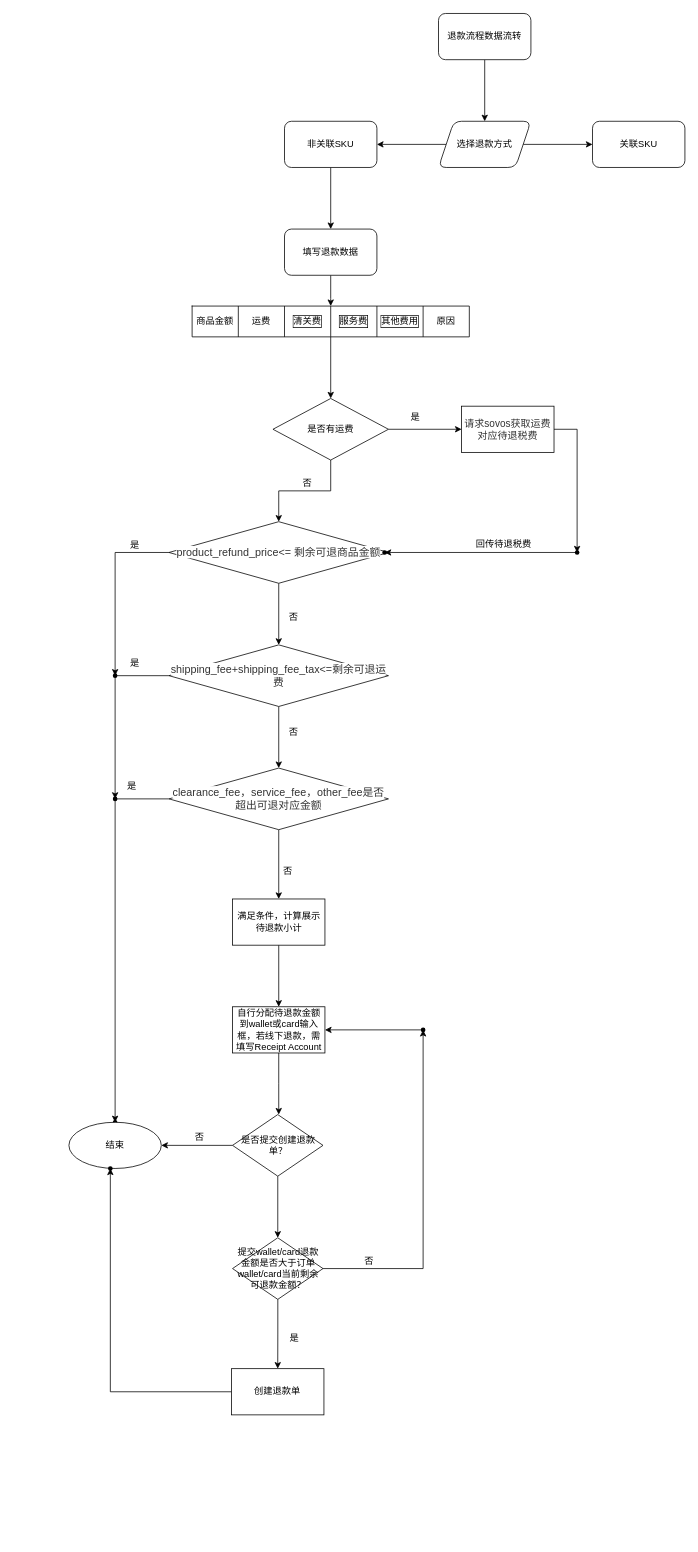
The draw.io diagram page "第 2 页" (2 of 2) of Untitled Diagram.drawio in longphp1/laravel-ab, before the edit. Source tidied: cells renumbered, new cells numbered last; positions are measured from the earlier drawing's top-left corner, leaving out a move shared by most shapes. Both pictures are drawn from the tidied source at 77%, with x=0, y=0 at pixel (69, 13).
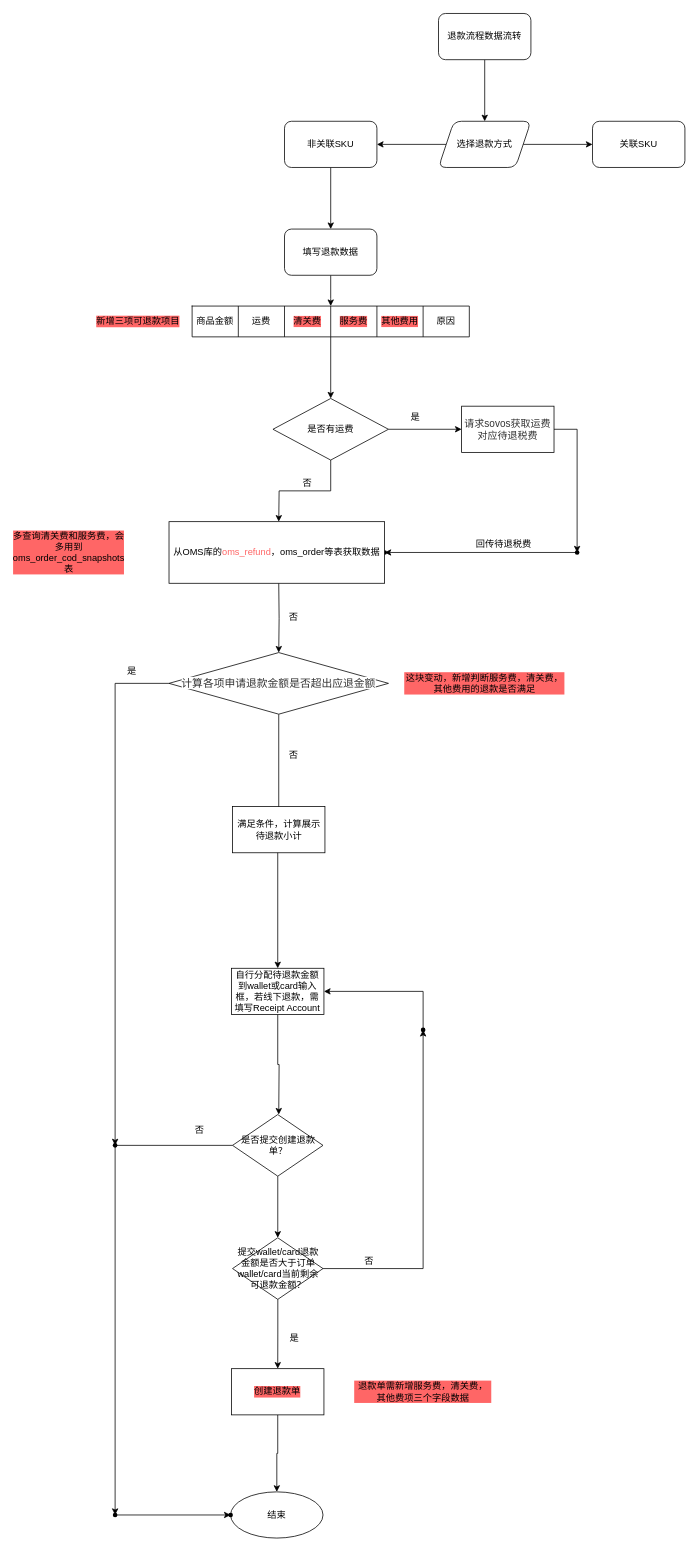
After the change.

Unchanged cells that the change refers to:
```xml
<mxCell id="14" style="shape=partialRectangle;html=1;whiteSpace=wrap;fillColor=none;top=0;left=0;bottom=0;right=0;points=[[0,0.5],[1,0.5]];portConstraint=eastwest;" parent="13" vertex="1">
  <mxGeometry width="360" height="40" as="geometry" />
</mxCell>
<mxCell id="23" value="是否有运费" style="rhombus;whiteSpace=wrap;html=1;" parent="1" vertex="1">
  <mxGeometry x="265" y="500" width="150" height="80" as="geometry" />
</mxCell>
<mxCell id="56" value="&lt;span&gt;是否提交创建退款单？&lt;/span&gt;" style="rhombus;whiteSpace=wrap;html=1;" parent="1" vertex="1">
  <mxGeometry x="212.5" y="1430" width="117.5" height="80" as="geometry" />
</mxCell>
<mxCell id="63" style="shape=waypoint;size=6;points=[];fillColor=#ffffff;perimeter=centerPerimeter;snapToPoint=1;" parent="1" vertex="1">
  <mxGeometry x="440" y="1300" width="40" height="40" as="geometry" />
</mxCell>
```

What changed in the source:
```diff
@@
-    <mxCell id="17" value="清关费" style="shape=partialRectangle;html=1;whiteSpace=wrap;fillColor=none;top=0;left=0;bottom=0;right=0;overflow=hidden;labelBorderColor=#000000;" parent="14" vertex="1">
+    <mxCell id="17" value="清关费" style="shape=partialRectangle;html=1;whiteSpace=wrap;fillColor=none;top=0;left=0;bottom=0;right=0;overflow=hidden;labelBorderColor=none;labelBackgroundColor=#FF6666;" parent="14" vertex="1">
       <mxGeometry x="120" width="60" height="40" as="geometry" />
     </mxCell>
-    <mxCell id="18" value="服务费" style="shape=partialRectangle;html=1;whiteSpace=wrap;fillColor=none;top=0;left=0;bottom=0;right=0;overflow=hidden;labelBorderColor=#000000;" parent="14" vertex="1">
+    <mxCell id="18" value="服务费" style="shape=partialRectangle;html=1;whiteSpace=wrap;fillColor=none;top=0;left=0;bottom=0;right=0;overflow=hidden;labelBorderColor=none;labelBackgroundColor=#FF6666;" parent="14" vertex="1">
       <mxGeometry x="180" width="60" height="40" as="geometry" />
     </mxCell>
-    <mxCell id="19" value="其他费用" style="shape=partialRectangle;html=1;whiteSpace=wrap;fillColor=none;top=0;left=0;bottom=0;right=0;overflow=hidden;labelBorderColor=#000000;" parent="14" vertex="1">
+    <mxCell id="19" value="其他费用" style="shape=partialRectangle;html=1;whiteSpace=wrap;fillColor=none;top=0;left=0;bottom=0;right=0;overflow=hidden;labelBorderColor=none;labelBackgroundColor=#FF6666;" parent="14" vertex="1">
       <mxGeometry x="240" width="60" height="40" as="geometry" />
     </mxCell>
@@
-    <mxCell id="22" style="edgeStyle=orthogonalEdgeStyle;rounded=0;jettySize=auto;html=1;" parent="1" edge="1" source="23" target="28">
-      <mxGeometry relative="1" as="geometry" />
+    <mxCell id="22" style="edgeStyle=orthogonalEdgeStyle;rounded=0;jettySize=auto;html=1;" parent="1" edge="1" source="23">
+      <mxGeometry relative="1" as="geometry">
+        <mxPoint x="272.5" y="660" as="targetPoint" />
+      </mxGeometry>
     </mxCell>
@@
-    <mxCell id="26" style="edgeStyle=orthogonalEdgeStyle;rounded=0;jettySize=auto;html=1;" parent="1" edge="1" source="28" target="37">
-      <mxGeometry relative="1" as="geometry" />
+    <mxCell id="26" style="edgeStyle=orthogonalEdgeStyle;rounded=0;jettySize=auto;html=1;" parent="1" edge="1" target="37">
+      <mxGeometry relative="1" as="geometry">
+        <mxPoint x="272.5" y="740" as="sourcePoint" />
+      </mxGeometry>
     </mxCell>
-    <mxCell id="27" style="edgeStyle=orthogonalEdgeStyle;rounded=0;jettySize=auto;html=1;" parent="1" edge="1" source="28" target="43">
-      <mxGeometry relative="1" as="geometry" />
-    </mxCell>
-    <mxCell id="28" value="&lt;span style=&quot;color: rgb(51 , 51 , 51) ; font-family: &amp;#34;arial&amp;#34; , sans-serif ; font-size: 14px ; background-color: rgb(255 , 255 , 255)&quot;&gt;product_refund_price&amp;lt;= 剩余可退商品金额&lt;/span&gt;" style="rhombus;whiteSpace=wrap;html=1;" parent="1" vertex="1">
-      <mxGeometry x="130" y="660" width="285" height="80" as="geometry" />
-    </mxCell>
@@
-    <mxCell id="35" style="edgeStyle=orthogonalEdgeStyle;rounded=0;jettySize=auto;html=1;" parent="1" edge="1" source="37" target="40">
-      <mxGeometry relative="1" as="geometry" />
-    </mxCell>
-    <mxCell id="36" style="edgeStyle=orthogonalEdgeStyle;rounded=0;jettySize=auto;html=1;" parent="1" edge="1" source="37" target="44">
-      <mxGeometry relative="1" as="geometry" />
-    </mxCell>
+    <mxCell id="69" style="edgeStyle=orthogonalEdgeStyle;rounded=0;jettySize=auto;html=1;" parent="1" edge="1" source="37" target="53">
+      <mxGeometry relative="1" as="geometry" />
+    </mxCell>
+    <mxCell id="70" style="edgeStyle=orthogonalEdgeStyle;rounded=0;jettySize=auto;html=1;" parent="1" edge="1" source="37" target="74">
+      <mxGeometry relative="1" as="geometry" />
+    </mxCell>
-    <mxCell id="37" value="&lt;span style=&quot;color: rgb(51 , 51 , 51) ; font-family: &amp;#34;arial&amp;#34; , sans-serif ; font-size: 14px ; background-color: rgb(255 , 255 , 255)&quot;&gt;shipping_fee+shipping_fee_tax&amp;lt;=剩余可退运费&lt;/span&gt;" style="rhombus;whiteSpace=wrap;html=1;" parent="1" vertex="1">
-      <mxGeometry x="130" y="820" width="285" height="80" as="geometry" />
+    <mxCell id="37" value="&lt;font color=&quot;#333333&quot; face=&quot;arial, sans-serif&quot;&gt;&lt;span style=&quot;font-size: 14px ; background-color: rgb(255 , 255 , 255)&quot;&gt;计算各项申请退款金额是否超出应退金额&lt;/span&gt;&lt;/font&gt;" style="rhombus;whiteSpace=wrap;html=1;" parent="1" vertex="1">
+      <mxGeometry x="130" y="830" width="285" height="80" as="geometry" />
     </mxCell>
-    <mxCell id="38" style="edgeStyle=orthogonalEdgeStyle;rounded=0;jettySize=auto;html=1;" parent="1" edge="1" source="40" target="45">
-      <mxGeometry relative="1" as="geometry" />
-    </mxCell>
-    <mxCell id="39" style="edgeStyle=orthogonalEdgeStyle;rounded=0;jettySize=auto;html=1;" parent="1" edge="1" source="40" target="50">
-      <mxGeometry relative="1" as="geometry" />
-    </mxCell>
-    <mxCell id="40" value="&lt;span style=&quot;color: rgb(51 , 51 , 51) ; font-family: &amp;#34;arial&amp;#34; , sans-serif ; font-size: 14px ; background-color: rgb(255 , 255 , 255)&quot;&gt;clearance_fee，&lt;/span&gt;&lt;span style=&quot;color: rgb(51 , 51 , 51) ; font-family: &amp;#34;arial&amp;#34; , sans-serif ; font-size: 14px ; background-color: rgb(255 , 255 , 255)&quot;&gt;service_fee，&lt;/span&gt;&lt;span style=&quot;color: rgb(51 , 51 , 51) ; font-family: &amp;#34;arial&amp;#34; , sans-serif ; font-size: 14px ; background-color: rgb(255 , 255 , 255)&quot;&gt;other_fee是否超出可退对应金额&lt;/span&gt;" style="rhombus;whiteSpace=wrap;html=1;" parent="1" vertex="1">
-      <mxGeometry x="130" y="980" width="285" height="80" as="geometry" />
-    </mxCell>
@@
     <mxCell id="42" value="否" style="text;strokeColor=none;fillColor=none;align=left;verticalAlign=top;spacingLeft=4;spacingRight=4;overflow=hidden;" parent="1" vertex="1">
-      <mxGeometry x="280" y="920" width="60" height="26" as="geometry" />
+      <mxGeometry x="280" y="950" width="60" height="26" as="geometry" />
     </mxCell>
-    <mxCell id="43" style="shape=waypoint;size=6;points=[];fillColor=#ffffff;perimeter=centerPerimeter;snapToPoint=1;" parent="1" vertex="1">
-      <mxGeometry x="40" y="840" width="40" height="40" as="geometry" />
-    </mxCell>
-    <mxCell id="44" style="shape=waypoint;size=6;points=[];fillColor=#ffffff;perimeter=centerPerimeter;snapToPoint=1;" parent="1" vertex="1">
-      <mxGeometry x="40" y="1000" width="40" height="40" as="geometry" />
-    </mxCell>
-    <mxCell id="45" style="shape=waypoint;size=6;points=[];fillColor=#ffffff;perimeter=centerPerimeter;snapToPoint=1;" parent="1" vertex="1">
-      <mxGeometry x="40" y="1420" width="40" height="40" as="geometry" />
-    </mxCell>
-    <mxCell id="46" value="是" style="text;strokeColor=none;fillColor=none;align=left;verticalAlign=top;spacingLeft=4;spacingRight=4;overflow=hidden;" parent="1" vertex="1">
-      <mxGeometry x="73.8" y="677" width="60" height="26" as="geometry" />
-    </mxCell>
     <mxCell id="47" value="是" style="text;strokeColor=none;fillColor=none;align=left;verticalAlign=top;spacingLeft=4;spacingRight=4;overflow=hidden;" parent="1" vertex="1">
-      <mxGeometry x="73.8" y="830" width="60" height="26" as="geometry" />
+      <mxGeometry x="70" y="840" width="60" height="26" as="geometry" />
     </mxCell>
-    <mxCell id="48" value="是" style="text;strokeColor=none;fillColor=none;align=left;verticalAlign=top;spacingLeft=4;spacingRight=4;overflow=hidden;" parent="1" vertex="1">
-      <mxGeometry x="70" y="990" width="60" height="26" as="geometry" />
-    </mxCell>
-    <mxCell id="49" style="edgeStyle=orthogonalEdgeStyle;rounded=0;jettySize=auto;html=1;" parent="1" edge="1" source="50" target="53">
-      <mxGeometry relative="1" as="geometry" />
-    </mxCell>
     <mxCell id="50" value="满足条件，计算展示待退款小计" style="whiteSpace=wrap;html=1;" parent="1" vertex="1">
-      <mxGeometry x="212.5" y="1150" width="120" height="60" as="geometry" />
+      <mxGeometry x="212.5" y="1030" width="120" height="60" as="geometry" />
     </mxCell>
-    <mxCell id="51" value="否" style="text;strokeColor=none;fillColor=none;align=left;verticalAlign=top;spacingLeft=4;spacingRight=4;overflow=hidden;" parent="1" vertex="1">
-      <mxGeometry x="272.5" y="1100" width="60" height="26" as="geometry" />
-    </mxCell>
-    <mxCell id="52" style="edgeStyle=orthogonalEdgeStyle;rounded=0;jettySize=auto;html=1;" parent="1" edge="1" source="53">
+    <mxCell id="52" style="edgeStyle=orthogonalEdgeStyle;rounded=0;jettySize=auto;html=1;exitX=0.5;exitY=1;exitDx=0;exitDy=0;" parent="1" edge="1" source="53">
       <mxGeometry relative="1" as="geometry">
         <mxPoint x="272.5" y="1430" as="targetPoint" />
       </mxGeometry>
     </mxCell>
     <mxCell id="53" value="自行分配待退款金额到wallet或card输入框，若线下退款，需填写Receipt Account" style="whiteSpace=wrap;html=1;" parent="1" vertex="1">
-      <mxGeometry x="212.5" y="1290" width="120" height="60" as="geometry" />
+      <mxGeometry x="211.2" y="1240" width="120" height="60" as="geometry" />
     </mxCell>
-    <mxCell id="54" style="edgeStyle=orthogonalEdgeStyle;rounded=0;jettySize=auto;html=1;" parent="1" edge="1" source="56" target="57">
-      <mxGeometry relative="1" as="geometry" />
-    </mxCell>
@@
+    <mxCell id="71" style="edgeStyle=orthogonalEdgeStyle;rounded=0;jettySize=auto;html=1;" parent="1" edge="1" source="56" target="76">
+      <mxGeometry relative="1" as="geometry" />
+    </mxCell>
@@
     <mxCell id="57" value="结束" style="ellipse;whiteSpace=wrap;html=1;" parent="1" vertex="1">
-      <mxGeometry y="1440" width="120" height="60" as="geometry" />
+      <mxGeometry x="210" y="1920" width="120" height="60" as="geometry" />
     </mxCell>
     <mxCell id="58" value="否" style="text;html=1;strokeColor=none;fillColor=none;align=center;verticalAlign=middle;whiteSpace=wrap;rounded=0;" parent="1" vertex="1">
-      <mxGeometry x="150" y="1450" width="40" height="20" as="geometry" />
+      <mxGeometry x="150" y="1440" width="40" height="20" as="geometry" />
     </mxCell>
@@
     <mxCell id="62" style="edgeStyle=orthogonalEdgeStyle;rounded=0;jettySize=auto;html=1;" parent="1" edge="1" source="63" target="53">
-      <mxGeometry relative="1" as="geometry" />
+      <mxGeometry relative="1" as="geometry">
+        <Array as="points">
+          <mxPoint x="460" y="1270" />
+        </Array>
+      </mxGeometry>
     </mxCell>
@@
-    <mxCell id="64" style="edgeStyle=orthogonalEdgeStyle;rounded=0;jettySize=auto;html=1;" parent="1" edge="1" source="65" target="68">
-      <mxGeometry relative="1" as="geometry" />
-    </mxCell>
+    <mxCell id="72" style="edgeStyle=orthogonalEdgeStyle;rounded=0;jettySize=auto;html=1;" parent="1" edge="1" source="65" target="57">
+      <mxGeometry relative="1" as="geometry" />
+    </mxCell>
-    <mxCell id="65" value="创建退款单" style="whiteSpace=wrap;html=1;" parent="1" vertex="1">
+    <mxCell id="65" value="创建退款单" style="whiteSpace=wrap;html=1;labelBorderColor=none;labelBackgroundColor=#FF6666;" parent="1" vertex="1">
       <mxGeometry x="211.2" y="1760" width="120" height="60" as="geometry" />
     </mxCell>
@@
-    <mxCell id="68" style="shape=waypoint;size=6;points=[];fillColor=#ffffff;perimeter=centerPerimeter;snapToPoint=1;" parent="1" vertex="1">
-      <mxGeometry x="33.8" y="1480" width="40" height="40" as="geometry" />
-    </mxCell>
+    <mxCell id="73" value="从OMS库的&lt;font color=&quot;#ff6666&quot;&gt;oms_refund&lt;/font&gt;，oms_order等表获取数据" style="rounded=0;whiteSpace=wrap;html=1;" parent="1" vertex="1">
+      <mxGeometry x="130" y="660" width="280" height="80" as="geometry" />
+    </mxCell>
+    <mxCell id="74" style="shape=waypoint;size=6;points=[];fillColor=#ffffff;perimeter=centerPerimeter;snapToPoint=1;" parent="1" vertex="1">
+      <mxGeometry x="40" y="1450" width="40" height="40" as="geometry" />
+    </mxCell>
+    <mxCell id="75" style="edgeStyle=orthogonalEdgeStyle;rounded=0;jettySize=auto;html=1;" parent="1" edge="1" source="76" target="77">
+      <mxGeometry relative="1" as="geometry" />
+    </mxCell>
+    <mxCell id="76" style="shape=waypoint;size=6;points=[];fillColor=#ffffff;perimeter=centerPerimeter;snapToPoint=1;" parent="1" vertex="1">
+      <mxGeometry x="40" y="1930" width="40" height="40" as="geometry" />
+    </mxCell>
+    <mxCell id="77" style="shape=waypoint;size=6;points=[];fillColor=#ffffff;perimeter=centerPerimeter;snapToPoint=1;" parent="1" vertex="1">
+      <mxGeometry x="190" y="1930" width="40" height="40" as="geometry" />
+    </mxCell>
+    <mxCell id="78" value="这块变动，新增判断服务费，清关费，其他费用的退款是否满足" style="text;html=1;strokeColor=none;fillColor=none;align=center;verticalAlign=middle;whiteSpace=wrap;rounded=0;labelBackgroundColor=#FF6666;" parent="1" vertex="1">
+      <mxGeometry x="435" y="860" width="210" height="20" as="geometry" />
+    </mxCell>
+    <mxCell id="79" value="新增三项可退款项目" style="text;html=1;strokeColor=none;fillColor=none;align=center;verticalAlign=middle;whiteSpace=wrap;rounded=0;labelBackgroundColor=#FF6666;" parent="1" vertex="1">
+      <mxGeometry x="30" y="390" width="120" height="20" as="geometry" />
+    </mxCell>
+    <mxCell id="80" value="多查询清关费和服务费，会多用到oms_order_cod_snapshots表" style="text;html=1;strokeColor=none;fillColor=none;align=center;verticalAlign=middle;whiteSpace=wrap;rounded=0;labelBackgroundColor=#FF6666;" parent="1" vertex="1">
+      <mxGeometry x="-70" y="690" width="140" height="20" as="geometry" />
+    </mxCell>
+    <mxCell id="81" value="退款单需新增服务费，清关费，其他费项三个字段数据" style="text;html=1;strokeColor=none;fillColor=none;align=center;verticalAlign=middle;whiteSpace=wrap;rounded=0;labelBackgroundColor=#FF6666;" parent="1" vertex="1">
+      <mxGeometry x="370" y="1780" width="180" height="20" as="geometry" />
+    </mxCell>
```
